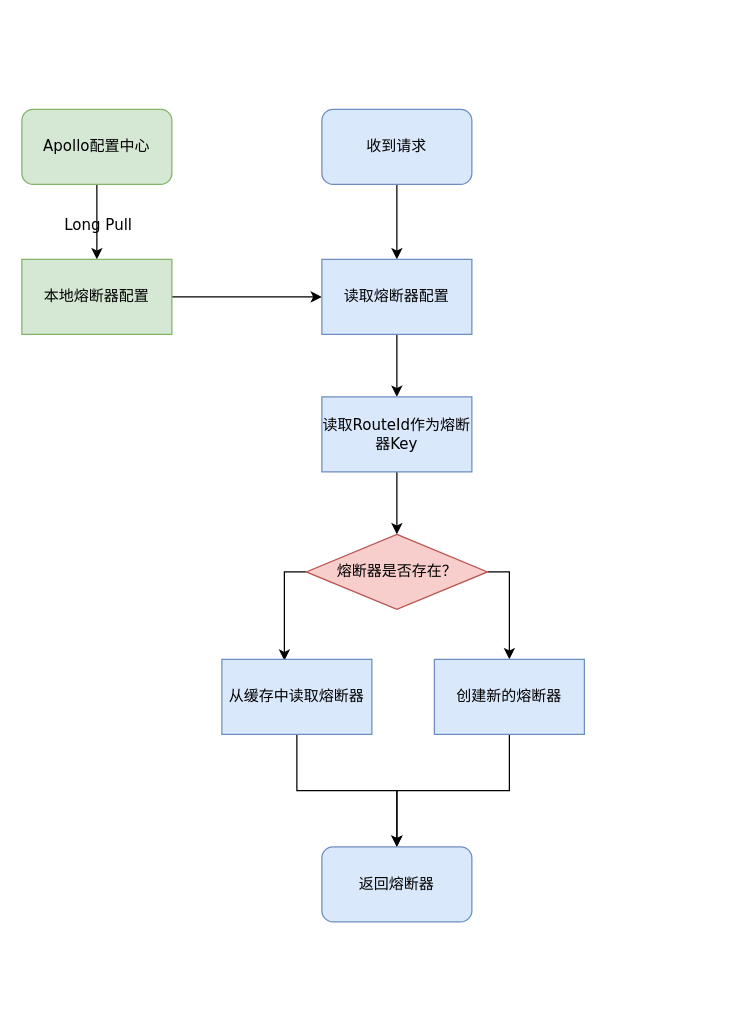
Above: page "网关熔断" (7 of 7) of Untitled Diagram.drawio in maxuewen/draw.io (draw.io), before the change. Source tidied: cells renumbered, new cells numbered last; positions are measured from the earlier drawing's top-left corner, leaving out a move shared by most shapes. Both pictures are drawn from the tidied source at 125%, with x=0, y=0 at pixel (21, 109).
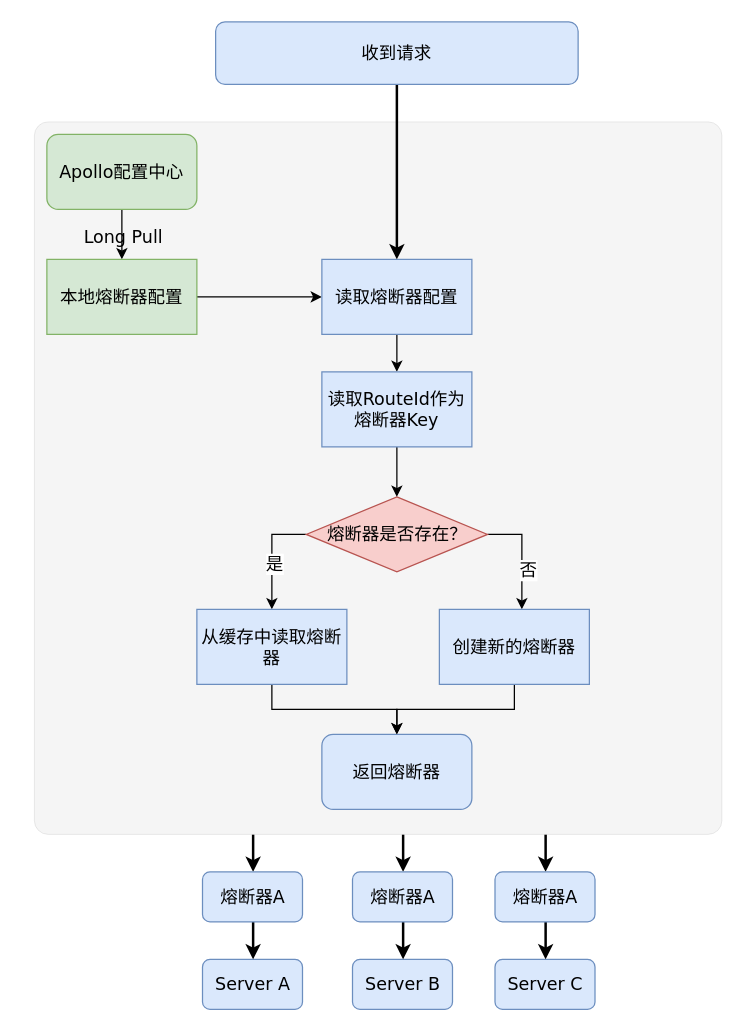
Above is the later version.

What changed in the source:
```diff
@@
-    <mxCell id="2" style="edgeStyle=elbowEdgeStyle;rounded=0;jumpStyle=arc;jumpSize=12;jettySize=auto;html=1;fontFamily=Verdana;fontSize=12;fontColor=#000000;labelBackgroundColor=none;entryX=0.5;entryY=0;entryDx=0;entryDy=0;" parent="1" edge="1" source="3" target="10">
-      <mxGeometry relative="1" as="geometry" />
-    </mxCell>
-    <mxCell id="3" value="收到请求" style="rounded=1;whiteSpace=wrap;html=1;labelBackgroundColor=none;fontFamily=Verdana;fontSize=12;strokeWidth=1;fillColor=#dae8fc;strokeColor=#6c8ebf;" parent="1" vertex="1">
-      <mxGeometry x="240" width="120" height="60" as="geometry" />
-    </mxCell>
+    <mxCell id="21" style="edgeStyle=elbowEdgeStyle;rounded=0;jumpStyle=arc;jumpSize=12;jettySize=auto;html=1;labelBackgroundColor=none;fontFamily=Verdana;fontSize=14;fontColor=#000000;strokeWidth=2;" parent="1" edge="1" source="24" target="31">
+      <mxGeometry relative="1" as="geometry" />
+    </mxCell>
+    <mxCell id="22" style="edgeStyle=elbowEdgeStyle;rounded=0;jumpStyle=arc;jumpSize=12;jettySize=auto;html=1;labelBackgroundColor=none;fontFamily=Verdana;fontSize=14;fontColor=#000000;strokeWidth=2;" parent="1" edge="1" source="24" target="33">
+      <mxGeometry relative="1" as="geometry" />
+    </mxCell>
+    <mxCell id="23" style="edgeStyle=elbowEdgeStyle;rounded=0;jumpStyle=arc;jumpSize=12;jettySize=auto;html=1;entryX=0.5;entryY=0;entryDx=0;entryDy=0;labelBackgroundColor=none;fontFamily=Verdana;fontSize=14;fontColor=#000000;strokeWidth=2;" parent="1" edge="1" source="24" target="35">
+      <mxGeometry relative="1" as="geometry" />
+    </mxCell>
+    <mxCell id="24" style="rounded=1;whiteSpace=wrap;html=1;labelBackgroundColor=none;fontFamily=Verdana;fontSize=14;strokeWidth=0;arcSize=2;fillColor=#f5f5f5;strokeColor=#666666;fontColor=#333333;" parent="1" vertex="1">
+      <mxGeometry x="10" y="10" width="550" height="570" as="geometry" />
+    </mxCell>
-    <mxCell id="4" style="edgeStyle=elbowEdgeStyle;rounded=0;jumpStyle=arc;jumpSize=12;jettySize=auto;html=1;exitX=0.5;exitY=1;exitDx=0;exitDy=0;entryX=0.5;entryY=0;entryDx=0;entryDy=0;labelBackgroundColor=none;fontFamily=Verdana;fontSize=16;fontColor=#000000;elbow=vertical;" parent="1" edge="1" source="6" target="8">
+    <mxCell id="4" style="edgeStyle=elbowEdgeStyle;rounded=0;jumpStyle=arc;jumpSize=12;jettySize=auto;html=1;exitX=0.5;exitY=1;exitDx=0;exitDy=0;entryX=0.5;entryY=0;entryDx=0;entryDy=0;labelBackgroundColor=none;fontFamily=Verdana;fontSize=14;fontColor=#000000;elbow=vertical;" parent="1" edge="1" source="6" target="8">
       <mxGeometry relative="1" as="geometry" />
     </mxCell>
-    <mxCell id="5" value="&lt;font style=&quot;font-size: 12px;&quot;&gt;Long Pull&lt;/font&gt;" style="edgeLabel;html=1;align=center;verticalAlign=middle;fontSize=16;fontFamily=Verdana;fontColor=#000000;labelBackgroundColor=none;" parent="4" vertex="1">
+    <mxCell id="5" value="&lt;font style=&quot;font-size: 14px;&quot;&gt;Long Pull&lt;/font&gt;" style="edgeLabel;html=1;align=center;verticalAlign=middle;fontSize=14;fontFamily=Verdana;fontColor=#000000;labelBackgroundColor=none;" parent="4" vertex="1">
       <mxGeometry x="0.1" y="-1" relative="1" as="geometry">
-        <mxPoint x="1" y="-3" as="offset" />
+        <mxPoint x="1" y="-1" as="offset" />
       </mxGeometry>
     </mxCell>
-    <mxCell id="6" value="Apollo配置中心" style="rounded=1;whiteSpace=wrap;html=1;labelBackgroundColor=none;fontFamily=Verdana;fontSize=12;strokeWidth=1;fillColor=#d5e8d4;strokeColor=#82b366;" parent="1" vertex="1">
-      <mxGeometry width="120" height="60" as="geometry" />
+    <mxCell id="6" value="Apollo配置中心" style="rounded=1;whiteSpace=wrap;html=1;labelBackgroundColor=none;fontFamily=Verdana;fontSize=14;strokeWidth=1;fillColor=#d5e8d4;strokeColor=#82b366;" parent="1" vertex="1">
+      <mxGeometry x="20" y="20" width="120" height="60" as="geometry" />
     </mxCell>
-    <mxCell id="7" style="edgeStyle=elbowEdgeStyle;rounded=0;jumpStyle=arc;jumpSize=12;jettySize=auto;html=1;labelBackgroundColor=none;fontFamily=Verdana;fontSize=12;fontColor=#000000;" parent="1" edge="1" source="8" target="10">
+    <mxCell id="7" style="edgeStyle=elbowEdgeStyle;rounded=0;jumpStyle=arc;jumpSize=12;jettySize=auto;html=1;labelBackgroundColor=none;fontFamily=Verdana;fontSize=14;fontColor=#000000;" parent="1" edge="1" source="8" target="10">
       <mxGeometry relative="1" as="geometry" />
     </mxCell>
-    <mxCell id="8" value="本地熔断器配置" style="rounded=1;whiteSpace=wrap;html=1;labelBackgroundColor=none;fontFamily=Verdana;fontSize=12;strokeWidth=1;fillColor=#d5e8d4;strokeColor=#82b366;arcSize=0;" parent="1" vertex="1">
-      <mxGeometry y="120" width="120" height="60" as="geometry" />
+    <mxCell id="8" value="本地熔断器配置" style="rounded=1;whiteSpace=wrap;html=1;labelBackgroundColor=none;fontFamily=Verdana;fontSize=14;strokeWidth=1;fillColor=#d5e8d4;strokeColor=#82b366;arcSize=0;" parent="1" vertex="1">
+      <mxGeometry x="20" y="120" width="120" height="60" as="geometry" />
     </mxCell>
-    <mxCell id="9" style="edgeStyle=elbowEdgeStyle;rounded=0;jumpStyle=arc;jumpSize=12;jettySize=auto;elbow=vertical;html=1;entryX=0.5;entryY=0;entryDx=0;entryDy=0;labelBackgroundColor=none;fontFamily=Verdana;fontSize=12;fontColor=#000000;" parent="1" edge="1" source="10" target="15">
+    <mxCell id="9" style="edgeStyle=elbowEdgeStyle;rounded=0;jumpStyle=arc;jumpSize=12;jettySize=auto;elbow=vertical;html=1;entryX=0.5;entryY=0;entryDx=0;entryDy=0;labelBackgroundColor=none;fontFamily=Verdana;fontSize=14;fontColor=#000000;" parent="1" edge="1" source="10" target="15">
       <mxGeometry relative="1" as="geometry" />
     </mxCell>
-    <mxCell id="10" value="读取熔断器配置" style="rounded=1;whiteSpace=wrap;html=1;labelBackgroundColor=none;fontFamily=Verdana;fontSize=12;strokeWidth=1;fillColor=#dae8fc;strokeColor=#6c8ebf;arcSize=0;" parent="1" vertex="1">
+    <mxCell id="10" value="读取熔断器配置" style="rounded=1;whiteSpace=wrap;html=1;labelBackgroundColor=none;fontFamily=Verdana;fontSize=14;strokeWidth=1;fillColor=#dae8fc;strokeColor=#6c8ebf;arcSize=0;" parent="1" vertex="1">
       <mxGeometry x="240" y="120" width="120" height="60" as="geometry" />
     </mxCell>
-    <mxCell id="11" style="edgeStyle=elbowEdgeStyle;rounded=0;jumpStyle=arc;jumpSize=12;jettySize=auto;html=1;entryX=0.417;entryY=0.017;entryDx=0;entryDy=0;entryPerimeter=0;labelBackgroundColor=none;fontFamily=Verdana;fontSize=12;fontColor=#000000;" parent="1" edge="1" source="13" target="20">
+    <mxCell id="11" style="edgeStyle=elbowEdgeStyle;rounded=0;jumpStyle=arc;jumpSize=12;jettySize=auto;elbow=vertical;html=1;labelBackgroundColor=none;fontFamily=Verdana;fontSize=14;fontColor=#000000;strokeWidth=1;" parent="1" edge="1" source="13" target="20">
       <mxGeometry relative="1" as="geometry">
         <Array as="points">
-          <mxPoint x="210" y="410" />
+          <mxPoint x="200" y="340" />
         </Array>
       </mxGeometry>
     </mxCell>
+    <mxCell id="25" value="是" style="edgeLabel;html=1;align=center;verticalAlign=middle;fontSize=14;fontFamily=Verdana;fontColor=#000000;" parent="11" vertex="1">
+      <mxGeometry x="0.14" y="1" relative="1" as="geometry">
+        <mxPoint y="1" as="offset" />
+      </mxGeometry>
+    </mxCell>
-    <mxCell id="12" style="edgeStyle=elbowEdgeStyle;rounded=0;jumpStyle=arc;jumpSize=12;jettySize=auto;html=1;entryX=0.5;entryY=0;entryDx=0;entryDy=0;labelBackgroundColor=none;fontFamily=Verdana;fontSize=12;fontColor=#000000;" parent="1" edge="1" source="13" target="17">
+    <mxCell id="12" style="edgeStyle=elbowEdgeStyle;rounded=0;jumpStyle=arc;jumpSize=12;jettySize=auto;elbow=vertical;html=1;labelBackgroundColor=none;fontFamily=Verdana;fontSize=14;fontColor=#000000;strokeWidth=1;" parent="1" edge="1" source="13" target="17">
       <mxGeometry relative="1" as="geometry">
         <Array as="points">
-          <mxPoint x="390" y="370" />
+          <mxPoint x="400" y="340" />
         </Array>
       </mxGeometry>
     </mxCell>
+    <mxCell id="26" value="否" style="edgeLabel;html=1;align=center;verticalAlign=middle;fontSize=14;fontFamily=Verdana;fontColor=#000000;" parent="12" vertex="1">
+      <mxGeometry x="0.26" y="4" relative="1" as="geometry">
+        <mxPoint y="1" as="offset" />
+      </mxGeometry>
+    </mxCell>
-    <mxCell id="13" value="熔断器是否存在？" style="rhombus;whiteSpace=wrap;html=1;labelBackgroundColor=none;fontFamily=Verdana;fontSize=12;strokeWidth=1;fillColor=#f8cecc;strokeColor=#b85450;" parent="1" vertex="1">
-      <mxGeometry x="227.5" y="340" width="145" height="60" as="geometry" />
+    <mxCell id="13" value="熔断器是否存在？" style="rhombus;whiteSpace=wrap;html=1;labelBackgroundColor=none;fontFamily=Verdana;fontSize=14;strokeWidth=1;fillColor=#f8cecc;strokeColor=#b85450;" parent="1" vertex="1">
+      <mxGeometry x="227.5" y="310" width="145" height="60" as="geometry" />
     </mxCell>
-    <mxCell id="14" style="edgeStyle=elbowEdgeStyle;rounded=0;jumpStyle=arc;jumpSize=12;jettySize=auto;elbow=vertical;html=1;entryX=0.5;entryY=0;entryDx=0;entryDy=0;labelBackgroundColor=none;fontFamily=Verdana;fontSize=12;fontColor=#000000;" parent="1" edge="1" source="15" target="13">
+    <mxCell id="14" style="edgeStyle=elbowEdgeStyle;rounded=0;jumpStyle=arc;jumpSize=12;jettySize=auto;elbow=vertical;html=1;entryX=0.5;entryY=0;entryDx=0;entryDy=0;labelBackgroundColor=none;fontFamily=Verdana;fontSize=14;fontColor=#000000;" parent="1" edge="1" source="15" target="13">
       <mxGeometry relative="1" as="geometry" />
     </mxCell>
-    <mxCell id="15" value="读取RouteId作为熔断器Key" style="rounded=1;whiteSpace=wrap;html=1;labelBackgroundColor=none;fontFamily=Verdana;fontSize=12;strokeWidth=1;fillColor=#dae8fc;strokeColor=#6c8ebf;arcSize=0;" parent="1" vertex="1">
-      <mxGeometry x="240" y="230" width="120" height="60" as="geometry" />
+    <mxCell id="15" value="读取RouteId作为熔断器Key" style="rounded=1;whiteSpace=wrap;html=1;labelBackgroundColor=none;fontFamily=Verdana;fontSize=14;strokeWidth=1;fillColor=#dae8fc;strokeColor=#6c8ebf;arcSize=0;" parent="1" vertex="1">
+      <mxGeometry x="240" y="210" width="120" height="60" as="geometry" />
     </mxCell>
-    <mxCell id="16" style="rounded=0;jumpStyle=arc;jumpSize=12;jettySize=auto;html=1;entryX=0.5;entryY=0;entryDx=0;entryDy=0;labelBackgroundColor=none;fontFamily=Verdana;fontSize=12;fontColor=#000000;edgeStyle=elbowEdgeStyle;elbow=vertical;" parent="1" edge="1" source="17" target="18">
+    <mxCell id="16" style="rounded=0;jumpStyle=arc;jumpSize=12;jettySize=auto;html=1;entryX=0.5;entryY=0;entryDx=0;entryDy=0;labelBackgroundColor=none;fontFamily=Verdana;fontSize=14;fontColor=#000000;edgeStyle=elbowEdgeStyle;elbow=vertical;" parent="1" edge="1" source="17" target="18">
       <mxGeometry relative="1" as="geometry" />
     </mxCell>
-    <mxCell id="17" value="创建新的熔断器" style="rounded=1;whiteSpace=wrap;html=1;labelBackgroundColor=none;fontFamily=Verdana;fontSize=12;strokeWidth=1;fillColor=#dae8fc;strokeColor=#6c8ebf;arcSize=0;" parent="1" vertex="1">
-      <mxGeometry x="330" y="440" width="120" height="60" as="geometry" />
+    <mxCell id="17" value="创建新的熔断器" style="rounded=1;whiteSpace=wrap;html=1;labelBackgroundColor=none;fontFamily=Verdana;fontSize=14;strokeWidth=1;fillColor=#dae8fc;strokeColor=#6c8ebf;arcSize=0;" parent="1" vertex="1">
+      <mxGeometry x="334" y="400" width="120" height="60" as="geometry" />
     </mxCell>
-    <mxCell id="18" value="返回熔断器" style="rounded=1;whiteSpace=wrap;html=1;labelBackgroundColor=none;fontFamily=Verdana;fontSize=12;strokeWidth=1;fillColor=#dae8fc;strokeColor=#6c8ebf;" parent="1" vertex="1">
-      <mxGeometry x="240" y="590" width="120" height="60" as="geometry" />
+    <mxCell id="18" value="返回熔断器" style="rounded=1;whiteSpace=wrap;html=1;labelBackgroundColor=none;fontFamily=Verdana;fontSize=14;strokeWidth=1;fillColor=#dae8fc;strokeColor=#6c8ebf;" parent="1" vertex="1">
+      <mxGeometry x="240" y="500" width="120" height="60" as="geometry" />
     </mxCell>
-    <mxCell id="19" style="edgeStyle=elbowEdgeStyle;rounded=0;jumpStyle=arc;jumpSize=12;jettySize=auto;elbow=vertical;html=1;labelBackgroundColor=none;fontFamily=Verdana;fontSize=12;fontColor=#000000;entryX=0.5;entryY=0;entryDx=0;entryDy=0;" parent="1" edge="1" source="20" target="18">
+    <mxCell id="19" style="edgeStyle=elbowEdgeStyle;rounded=0;jumpStyle=arc;jumpSize=12;jettySize=auto;elbow=vertical;html=1;labelBackgroundColor=none;fontFamily=Verdana;fontSize=14;fontColor=#000000;entryX=0.5;entryY=0;entryDx=0;entryDy=0;" parent="1" edge="1" source="20" target="18">
       <mxGeometry relative="1" as="geometry" />
     </mxCell>
-    <mxCell id="20" value="从缓存中读取熔断器" style="rounded=1;whiteSpace=wrap;html=1;labelBackgroundColor=none;fontFamily=Verdana;fontSize=12;strokeWidth=1;fillColor=#dae8fc;strokeColor=#6c8ebf;arcSize=0;" parent="1" vertex="1">
-      <mxGeometry x="160" y="440" width="120" height="60" as="geometry" />
+    <mxCell id="20" value="从缓存中读取熔断器" style="rounded=1;whiteSpace=wrap;html=1;labelBackgroundColor=none;fontFamily=Verdana;fontSize=14;strokeWidth=1;fillColor=#dae8fc;strokeColor=#6c8ebf;arcSize=0;" parent="1" vertex="1">
+      <mxGeometry x="140" y="400" width="120" height="60" as="geometry" />
     </mxCell>
+    <mxCell id="2" style="edgeStyle=elbowEdgeStyle;rounded=0;jumpStyle=arc;jumpSize=12;jettySize=auto;elbow=vertical;html=1;labelBackgroundColor=none;fontFamily=Verdana;fontSize=14;fontColor=#000000;strokeWidth=2;" parent="1" edge="1" source="3" target="10">
+      <mxGeometry relative="1" as="geometry" />
+    </mxCell>
+    <mxCell id="3" value="收到请求" style="rounded=1;whiteSpace=wrap;html=1;labelBackgroundColor=none;fontFamily=Verdana;fontSize=14;strokeWidth=1;fillColor=#dae8fc;strokeColor=#6c8ebf;" parent="1" vertex="1">
+      <mxGeometry x="155" y="-70" width="290" height="50" as="geometry" />
+    </mxCell>
+    <mxCell id="27" value="Server A" style="rounded=1;whiteSpace=wrap;html=1;labelBackgroundColor=none;fontFamily=Verdana;fontSize=14;strokeWidth=1;fillColor=#dae8fc;strokeColor=#6c8ebf;" parent="1" vertex="1">
+      <mxGeometry x="144.5" y="680" width="80" height="40" as="geometry" />
+    </mxCell>
+    <mxCell id="28" value="Server B" style="rounded=1;whiteSpace=wrap;html=1;labelBackgroundColor=none;fontFamily=Verdana;fontSize=14;strokeWidth=1;fillColor=#dae8fc;strokeColor=#6c8ebf;" parent="1" vertex="1">
+      <mxGeometry x="264.5" y="680" width="80" height="40" as="geometry" />
+    </mxCell>
+    <mxCell id="29" value="Server C" style="rounded=1;whiteSpace=wrap;html=1;labelBackgroundColor=none;fontFamily=Verdana;fontSize=14;strokeWidth=1;fillColor=#dae8fc;strokeColor=#6c8ebf;" parent="1" vertex="1">
+      <mxGeometry x="378.5" y="680" width="80" height="40" as="geometry" />
+    </mxCell>
+    <mxCell id="30" style="edgeStyle=elbowEdgeStyle;rounded=0;jumpStyle=arc;jumpSize=12;jettySize=auto;html=1;labelBackgroundColor=none;fontFamily=Verdana;fontSize=14;fontColor=#000000;strokeWidth=2;" parent="1" edge="1" source="31" target="27">
+      <mxGeometry relative="1" as="geometry" />
+    </mxCell>
+    <mxCell id="31" value="熔断器A" style="rounded=1;whiteSpace=wrap;html=1;labelBackgroundColor=none;fontFamily=Verdana;fontSize=14;strokeWidth=1;fillColor=#dae8fc;strokeColor=#6c8ebf;" parent="1" vertex="1">
+      <mxGeometry x="144.5" y="610" width="80" height="40" as="geometry" />
+    </mxCell>
+    <mxCell id="32" style="edgeStyle=elbowEdgeStyle;rounded=0;jumpStyle=arc;jumpSize=12;jettySize=auto;html=1;labelBackgroundColor=none;fontFamily=Verdana;fontSize=14;fontColor=#000000;strokeWidth=2;" parent="1" edge="1" source="33" target="28">
+      <mxGeometry relative="1" as="geometry" />
+    </mxCell>
+    <mxCell id="33" value="熔断器A" style="rounded=1;whiteSpace=wrap;html=1;labelBackgroundColor=none;fontFamily=Verdana;fontSize=14;strokeWidth=1;fillColor=#dae8fc;strokeColor=#6c8ebf;" parent="1" vertex="1">
+      <mxGeometry x="264.5" y="610" width="80" height="40" as="geometry" />
+    </mxCell>
+    <mxCell id="34" style="edgeStyle=elbowEdgeStyle;rounded=0;jumpStyle=arc;jumpSize=12;jettySize=auto;html=1;labelBackgroundColor=none;fontFamily=Verdana;fontSize=14;fontColor=#000000;strokeWidth=2;" parent="1" edge="1" source="35" target="29">
+      <mxGeometry relative="1" as="geometry" />
+    </mxCell>
+    <mxCell id="35" value="熔断器A" style="rounded=1;whiteSpace=wrap;html=1;labelBackgroundColor=none;fontFamily=Verdana;fontSize=14;strokeWidth=1;fillColor=#dae8fc;strokeColor=#6c8ebf;" parent="1" vertex="1">
+      <mxGeometry x="378.5" y="610" width="80" height="40" as="geometry" />
+    </mxCell>
```
